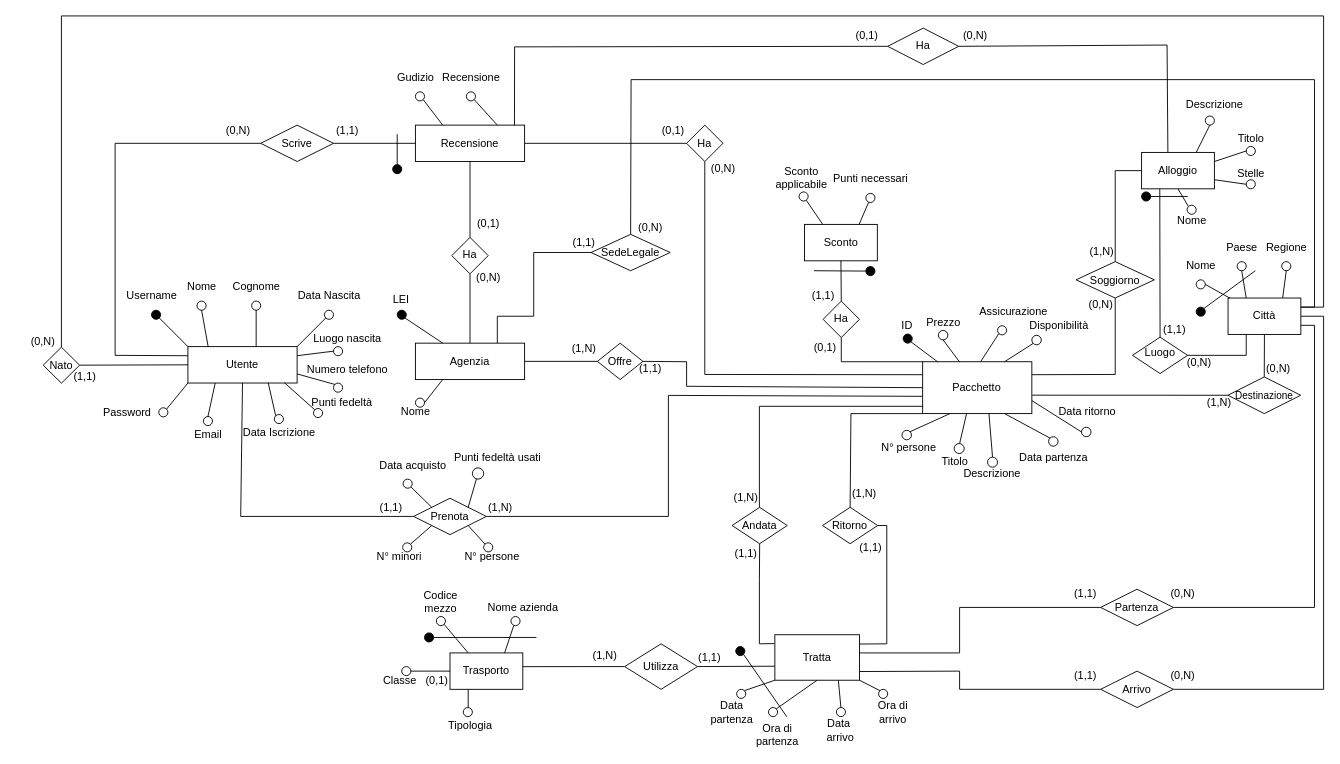
Before: page "ER - Logico" (2 of 2) of ER/ER.drawio in bustre/Easy-travel, a draw.io diagram. Source tidied: cells renumbered, new cells numbered last; positions are measured from the earlier drawing's top-left corner, leaving out a move shared by most shapes. Both pictures are drawn from the tidied source at 91%, with x=0, y=0 at pixel (15, 15).
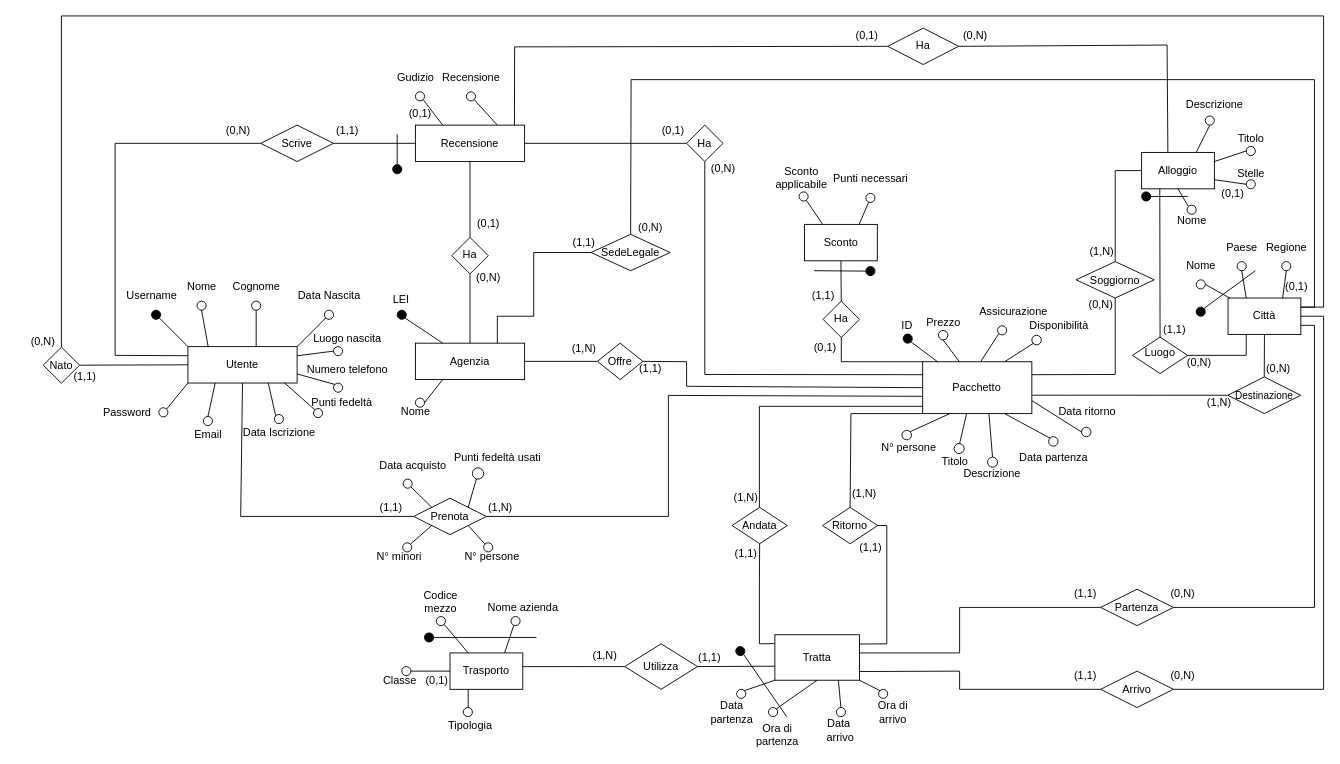
After the change.

Diff of the diagram source:
```diff
@@
+    <mxCell id="246" value="(0,1)" style="text;html=1;align=center;verticalAlign=middle;strokeColor=none;fillColor=none;" parent="1" vertex="1">
+      <mxGeometry x="419" y="93.4" width="50" height="30" as="geometry" />
+    </mxCell>
+    <mxCell id="247" value="(0,1)" style="text;html=1;align=center;verticalAlign=middle;strokeColor=none;fillColor=none;" parent="1" vertex="1">
+      <mxGeometry x="1381.8" y="283.4" width="50" height="30" as="geometry" />
+    </mxCell>
+    <mxCell id="248" value="(0,1)" style="text;html=1;align=center;verticalAlign=middle;strokeColor=none;fillColor=none;" parent="1" vertex="1">
+      <mxGeometry x="1312" y="180" width="50" height="30" as="geometry" />
+    </mxCell>
```
